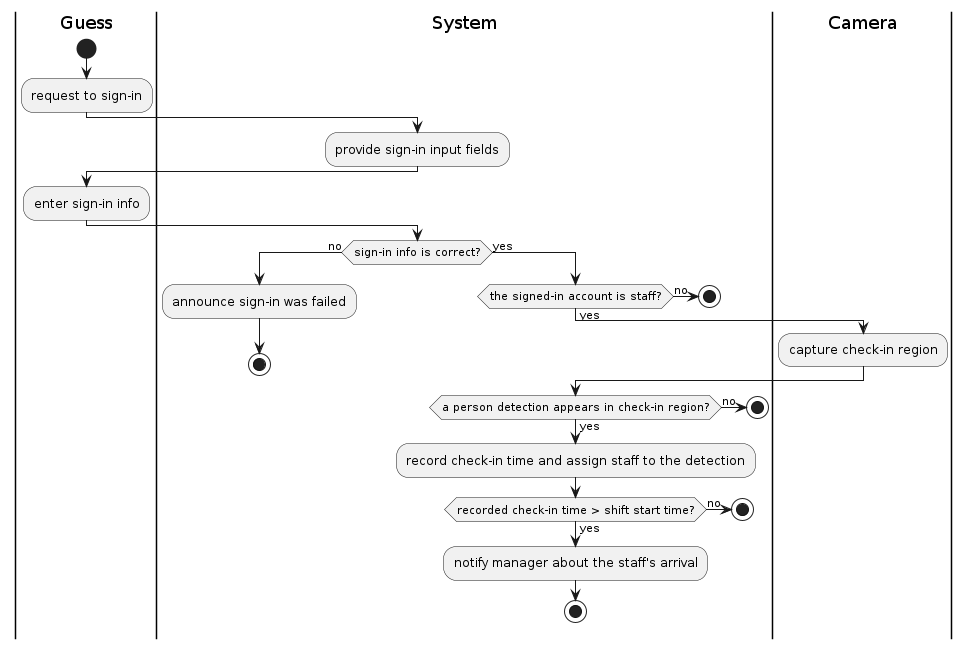
Earlier version of the PlantUML export docs/UML/Activity Diagrams/user-sign-in.png (LapTQ/MCT).
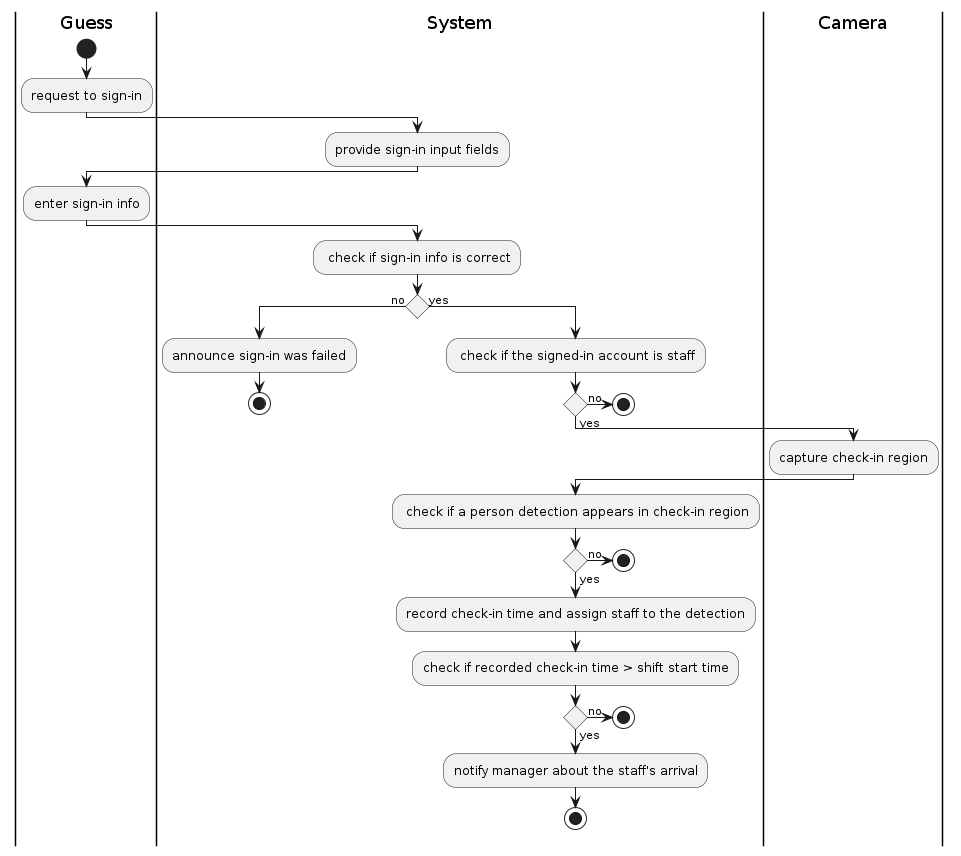
After the commit.

The edit, as a diff of the source:
```diff
@@ -7,19 +7,23 @@
 |Guess|
 :enter sign-in info;
 |System|
-if (sign-in info is correct?) then (no)
+: check if sign-in info is correct;
+if () then (no)
     :announce sign-in was failed;
     stop
 else (yes)
-    if (the signed-in account is staff?) then (no)
+    : check if the signed-in account is staff;
+    if () then (no)
         stop
     else (yes)
         |Camera|
         :capture check-in region;
         |System|
-        if (a person detection appears in check-in region?) then (yes)
+        : check if a person detection appears in check-in region;
+        if () then (yes)
             :record check-in time and assign staff to the detection;
-            if (recorded check-in time > shift start time?) then (yes)
+            :check if recorded check-in time > shift start time;
+            if () then (yes)
                 :notify manager about the staff's arrival;
             else (no)
                 stop
```
